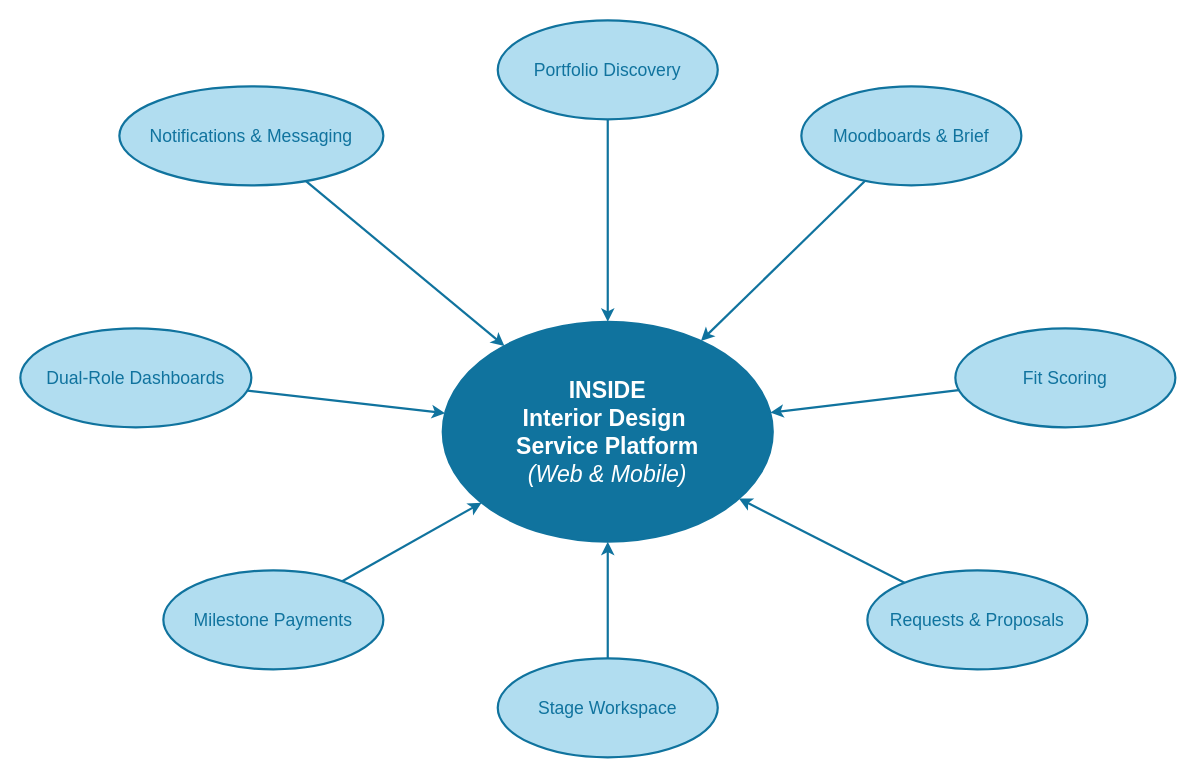
Earlier version of the draw.io diagram docs/Proposal/diagrams/Simple AD.drawio (MNSBaanu/Inside). Source tidied: cells renumbered, new cells numbered last; positions are measured from the earlier drawing's top-left corner, leaving out a move shared by most shapes. Both pictures are drawn from the tidied source at 110%, with x=0, y=0 at pixel (20, 20).
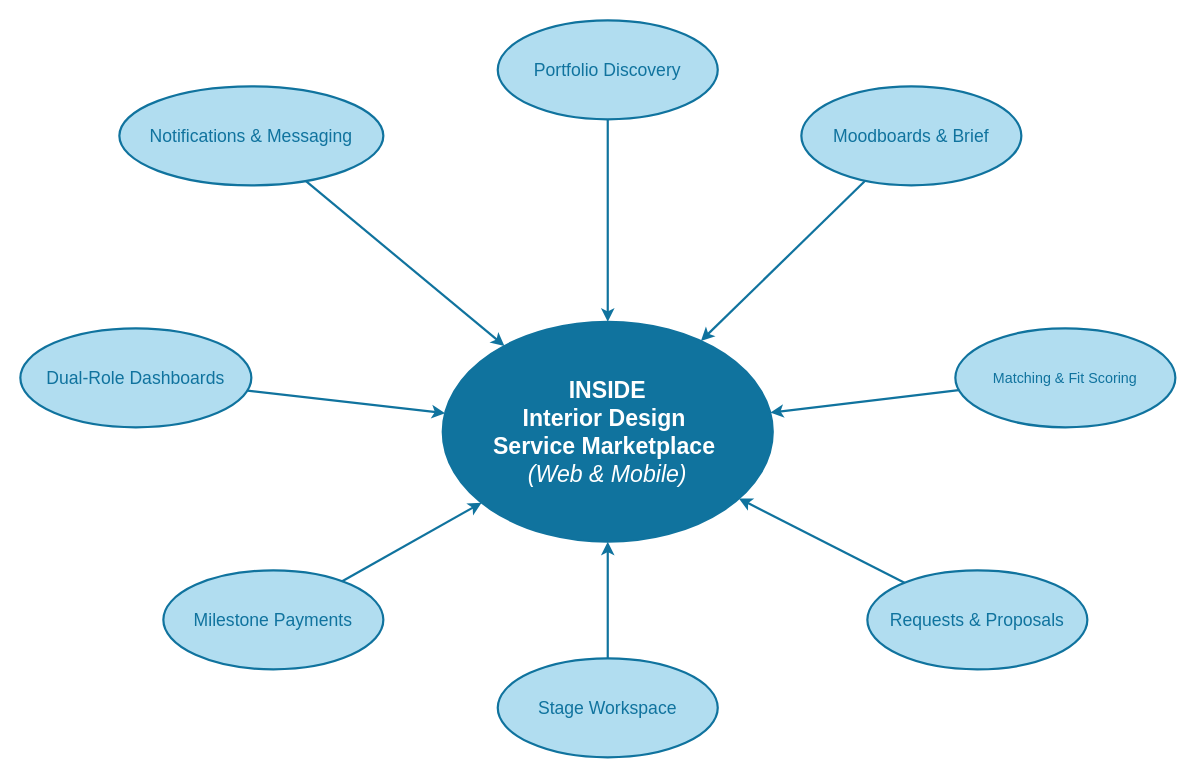
The same diagram, later.

Commit message (it also covers changes not shown here):
docs(proposal): Update architecture diagrams to reflect marketplace features

- Revise architecture diagrams to change references from "Interior Design Service Platform" to "Interior Design Service Marketplace."
- Update feature descriptions to include "Matching & Fit Scoring" instead of "Fit Scoring" for clarity and consistency across documentation.
- Ensure all diagrams align with the latest project specifications and enhance the overall visual representation of the system's architecture.

The edit, as a diff of the source:
```diff
@@
 <mxGraphModel>
   <root>
     <mxCell id="0" />
     <mxCell id="1" parent="0" />
-    <mxCell id="2" value="&lt;font style=&quot;font-size: 21px;&quot;&gt;&lt;b style=&quot;&quot;&gt;INSIDE&lt;/b&gt;&lt;br&gt;&lt;b style=&quot;&quot;&gt;Interior Design&amp;nbsp;&lt;/b&gt;&lt;/font&gt;&lt;div&gt;&lt;font style=&quot;font-size: 21px;&quot;&gt;&lt;b style=&quot;&quot;&gt;Service Platform&lt;/b&gt;&lt;br&gt;&lt;i style=&quot;&quot;&gt;(Web &amp;amp; Mobile)&lt;/i&gt;&lt;/font&gt;&lt;/div&gt;" style="ellipse;whiteSpace=wrap;html=1;fillColor=#10739e;strokeColor=#10739e;fontSize=15;strokeWidth=2;fontFamily=Helvetica;fontColor=#ffffff;" parent="1" vertex="1">
+    <mxCell id="2" value="&lt;font style=&quot;font-size: 21px;&quot;&gt;&lt;b style=&quot;&quot;&gt;INSIDE&lt;/b&gt;&lt;br&gt;&lt;b style=&quot;&quot;&gt;Interior Design&amp;nbsp;&lt;/b&gt;&lt;/font&gt;&lt;div&gt;&lt;font style=&quot;font-size: 21px;&quot;&gt;&lt;b style=&quot;&quot;&gt;Service Marketplace&amp;nbsp;&lt;/b&gt;&lt;br&gt;&lt;i style=&quot;&quot;&gt;(Web &amp;amp; Mobile)&lt;/i&gt;&lt;/font&gt;&lt;/div&gt;" style="ellipse;whiteSpace=wrap;html=1;fillColor=#10739e;strokeColor=#10739e;fontSize=15;strokeWidth=2;fontFamily=Helvetica;fontColor=#ffffff;" parent="1" vertex="1">
       <mxGeometry x="384" y="274" width="300" height="200" as="geometry" />
     </mxCell>
     <mxCell id="3" value="Portfolio Discovery" style="ellipse;whiteSpace=wrap;html=1;fillColor=#b1ddf0;strokeColor=#10739e;fontSize=16;strokeWidth=2;fontFamily=Helvetica;fontColor=#10739e;" parent="1" vertex="1">
       <mxGeometry x="434" width="200" height="90" as="geometry" />
     </mxCell>
     <mxCell id="4" value="Moodboards &amp;amp; Brief" style="ellipse;whiteSpace=wrap;html=1;fillColor=#b1ddf0;strokeColor=#10739e;fontSize=16;strokeWidth=2;fontFamily=Helvetica;fontColor=#10739e;" parent="1" vertex="1">
       <mxGeometry x="710" y="60" width="200" height="90" as="geometry" />
     </mxCell>
-    <mxCell id="5" value="Fit Scoring" style="ellipse;whiteSpace=wrap;html=1;fillColor=#b1ddf0;strokeColor=#10739e;fontSize=16;strokeWidth=2;fontFamily=Helvetica;fontColor=#10739e;" parent="1" vertex="1">
+    <mxCell id="5" value="Matching &amp; Fit Scoring" style="ellipse;whiteSpace=wrap;html=1;fillColor=#b1ddf0;strokeColor=#10739e;fontSize=13;strokeWidth=2;fontFamily=Helvetica;fontColor=#10739e;" parent="1" vertex="1">
       <mxGeometry x="850" y="280" width="200" height="90" as="geometry" />
     </mxCell>
     <mxCell id="6" value="Requests &amp;amp; Proposals" style="ellipse;whiteSpace=wrap;html=1;fillColor=#b1ddf0;strokeColor=#10739e;fontSize=16;strokeWidth=2;fontFamily=Helvetica;fontColor=#10739e;" parent="1" vertex="1">
       <mxGeometry x="770" y="500" width="200" height="90" as="geometry" />
     </mxCell>
     <mxCell id="7" value="Stage Workspace" style="ellipse;whiteSpace=wrap;html=1;fillColor=#b1ddf0;strokeColor=#10739e;fontSize=16;strokeWidth=2;fontFamily=Helvetica;fontColor=#10739e;" parent="1" vertex="1">
       <mxGeometry x="434" y="580" width="200" height="90" as="geometry" />
     </mxCell>
     <mxCell id="8" value="Milestone Payments" style="ellipse;whiteSpace=wrap;html=1;fillColor=#b1ddf0;strokeColor=#10739e;fontSize=16;strokeWidth=2;fontFamily=Helvetica;fontColor=#10739e;" parent="1" vertex="1">
       <mxGeometry x="130" y="500" width="200" height="90" as="geometry" />
     </mxCell>
     <mxCell id="9" value="Dual-Role Dashboards" style="ellipse;whiteSpace=wrap;html=1;fillColor=#b1ddf0;strokeColor=#10739e;fontSize=16;strokeWidth=2;fontFamily=Helvetica;fontColor=#10739e;" parent="1" vertex="1">
       <mxGeometry y="280" width="210" height="90" as="geometry" />
     </mxCell>
     <mxCell id="10" value="Notifications &amp;amp; Messaging" style="ellipse;whiteSpace=wrap;html=1;fillColor=#b1ddf0;strokeColor=#10739e;fontSize=16;strokeWidth=2;fontFamily=Helvetica;fontColor=#10739e;" parent="1" vertex="1">
       <mxGeometry x="90" y="60" width="240" height="90" as="geometry" />
     </mxCell>
     <mxCell id="11" style="edgeStyle=none;rounded=0;jettySize=auto;html=1;strokeColor=#10739e;strokeWidth=2;endArrow=classic;endFill=1;" parent="1" edge="1" source="3" target="2">
       <mxGeometry relative="1" as="geometry" />
     </mxCell>
     <mxCell id="12" style="edgeStyle=none;rounded=0;jettySize=auto;html=1;strokeColor=#10739e;strokeWidth=2;endArrow=classic;endFill=1;" parent="1" edge="1" source="4" target="2">
       <mxGeometry relative="1" as="geometry" />
     </mxCell>
     <mxCell id="13" style="edgeStyle=none;rounded=0;jettySize=auto;html=1;strokeColor=#10739e;strokeWidth=2;endArrow=classic;endFill=1;" parent="1" edge="1" source="5" target="2">
       <mxGeometry relative="1" as="geometry" />
     </mxCell>
     <mxCell id="14" style="edgeStyle=none;rounded=0;jettySize=auto;html=1;strokeColor=#10739e;strokeWidth=2;endArrow=classic;endFill=1;" parent="1" edge="1" source="6" target="2">
       <mxGeometry relative="1" as="geometry" />
     </mxCell>
     <mxCell id="15" style="edgeStyle=none;rounded=0;jettySize=auto;html=1;strokeColor=#10739e;strokeWidth=2;endArrow=classic;endFill=1;" parent="1" edge="1" source="7" target="2">
       <mxGeometry relative="1" as="geometry" />
     </mxCell>
     <mxCell id="16" style="edgeStyle=none;rounded=0;jettySize=auto;html=1;strokeColor=#10739e;strokeWidth=2;endArrow=classic;endFill=1;" parent="1" edge="1" source="8" target="2">
       <mxGeometry relative="1" as="geometry" />
     </mxCell>
     <mxCell id="17" style="edgeStyle=none;rounded=0;jettySize=auto;html=1;strokeColor=#10739e;strokeWidth=2;endArrow=classic;endFill=1;" parent="1" edge="1" source="9" target="2">
       <mxGeometry relative="1" as="geometry" />
     </mxCell>
     <mxCell id="18" style="edgeStyle=none;rounded=0;jettySize=auto;html=1;strokeColor=#10739e;strokeWidth=2;endArrow=classic;endFill=1;" parent="1" edge="1" source="10" target="2">
       <mxGeometry relative="1" as="geometry" />
     </mxCell>
   </root>
 </mxGraphModel>
```
